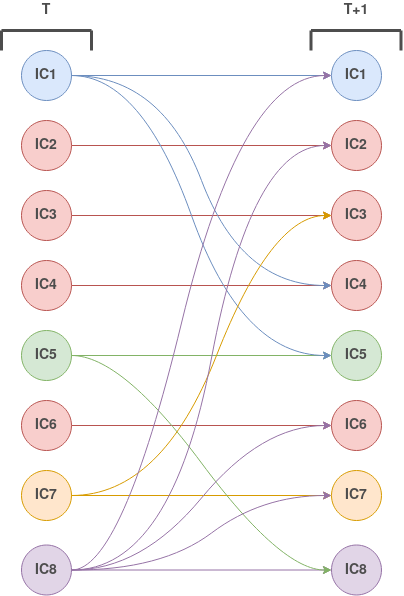
Before: res/brain_model.png, a diagram exported from draw.io (nihil21/neural-connectivity-bayesnet). Source tidied: cells renumbered, new cells last; positions are measured from the earlier drawing's top-left corner, leaving out a move shared by most shapes.
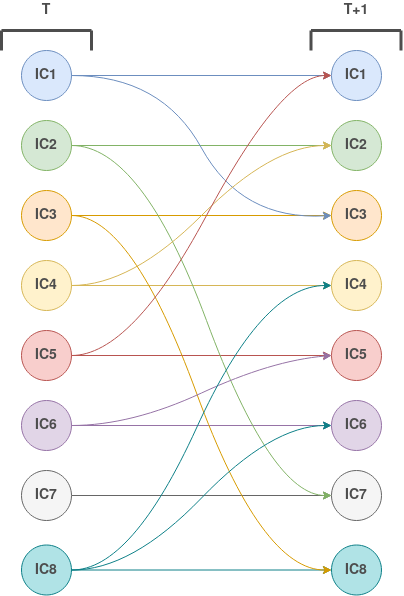
After the change.

Diff of the diagram source:
```diff
@@ -8,43 +8,43 @@
     <mxCell id="3" value="&lt;font style=&quot;font-size: 14px&quot; color=&quot;#4D4D4D&quot;&gt;&lt;b&gt;IC1&lt;/b&gt;&lt;/font&gt;" style="ellipse;whiteSpace=wrap;html=1;strokeWidth=1;fillColor=#dae8fc;strokeColor=#6c8ebf;" parent="1" vertex="1">
       <mxGeometry x="20" y="50" width="50" height="50" as="geometry" />
     </mxCell>
-    <mxCell id="4" style="edgeStyle=orthogonalEdgeStyle;rounded=0;jettySize=auto;html=1;exitX=1;exitY=0.5;exitDx=0;exitDy=0;entryX=0;entryY=0.5;entryDx=0;entryDy=0;fontColor=#FFFFFF;fillColor=#f8cecc;strokeColor=#b85450;" parent="1" edge="1" source="5" target="13">
+    <mxCell id="4" style="edgeStyle=orthogonalEdgeStyle;rounded=0;jettySize=auto;html=1;exitX=1;exitY=0.5;exitDx=0;exitDy=0;entryX=0;entryY=0.5;entryDx=0;entryDy=0;fontColor=#FFFFFF;fillColor=#d5e8d4;strokeColor=#82b366;" parent="1" edge="1" source="5" target="13">
       <mxGeometry relative="1" as="geometry" />
     </mxCell>
-    <mxCell id="5" value="&lt;div&gt;&lt;font style=&quot;font-size: 14px&quot; color=&quot;#4D4D4D&quot;&gt;&lt;b&gt;IC2&lt;/b&gt;&lt;/font&gt;&lt;/div&gt;" style="ellipse;whiteSpace=wrap;html=1;fillColor=#f8cecc;strokeColor=#b85450;" parent="1" vertex="1">
+    <mxCell id="5" value="&lt;div&gt;&lt;font style=&quot;font-size: 14px&quot; color=&quot;#4D4D4D&quot;&gt;&lt;b&gt;IC2&lt;/b&gt;&lt;/font&gt;&lt;/div&gt;" style="ellipse;whiteSpace=wrap;html=1;fillColor=#d5e8d4;strokeColor=#82b366;" parent="1" vertex="1">
       <mxGeometry x="20" y="120" width="50" height="50" as="geometry" />
     </mxCell>
-    <mxCell id="6" style="edgeStyle=orthogonalEdgeStyle;rounded=0;jettySize=auto;html=1;exitX=1;exitY=0.5;exitDx=0;exitDy=0;entryX=0;entryY=0.5;entryDx=0;entryDy=0;fontColor=#FFFFFF;fillColor=#f8cecc;strokeColor=#b85450;" parent="1" edge="1" source="7" target="14">
+    <mxCell id="6" style="edgeStyle=orthogonalEdgeStyle;rounded=0;jettySize=auto;html=1;exitX=1;exitY=0.5;exitDx=0;exitDy=0;entryX=0;entryY=0.5;entryDx=0;entryDy=0;fontColor=#FFFFFF;fillColor=#fff2cc;strokeColor=#d6b656;" parent="1" edge="1" source="7" target="14">
       <mxGeometry relative="1" as="geometry" />
     </mxCell>
-    <mxCell id="7" value="&lt;font style=&quot;font-size: 14px&quot; color=&quot;#4D4D4D&quot;&gt;&lt;b&gt;IC4&lt;/b&gt;&lt;/font&gt;" style="ellipse;whiteSpace=wrap;html=1;fillColor=#f8cecc;strokeColor=#b85450;" parent="1" vertex="1">
+    <mxCell id="7" value="&lt;font style=&quot;font-size: 14px&quot; color=&quot;#4D4D4D&quot;&gt;&lt;b&gt;IC4&lt;/b&gt;&lt;/font&gt;" style="ellipse;whiteSpace=wrap;html=1;fillColor=#fff2cc;strokeColor=#d6b656;" parent="1" vertex="1">
       <mxGeometry x="20" y="260" width="50" height="50" as="geometry" />
     </mxCell>
-    <mxCell id="8" style="edgeStyle=orthogonalEdgeStyle;rounded=0;jettySize=auto;html=1;exitX=1;exitY=0.5;exitDx=0;exitDy=0;entryX=0;entryY=0.5;entryDx=0;entryDy=0;fontColor=#FFFFFF;fillColor=#f8cecc;strokeColor=#b85450;" parent="1" edge="1" source="9" target="15">
+    <mxCell id="8" style="edgeStyle=orthogonalEdgeStyle;rounded=0;jettySize=auto;html=1;exitX=1;exitY=0.5;exitDx=0;exitDy=0;entryX=0;entryY=0.5;entryDx=0;entryDy=0;fontColor=#FFFFFF;fillColor=#ffe6cc;strokeColor=#d79b00;" parent="1" edge="1" source="9" target="15">
       <mxGeometry relative="1" as="geometry" />
     </mxCell>
-    <mxCell id="9" value="&lt;font style=&quot;font-size: 14px&quot; color=&quot;#4D4D4D&quot;&gt;&lt;b&gt;IC3&lt;/b&gt;&lt;/font&gt;" style="ellipse;whiteSpace=wrap;html=1;fillColor=#f8cecc;strokeColor=#b85450;" parent="1" vertex="1">
+    <mxCell id="9" value="&lt;font style=&quot;font-size: 14px&quot; color=&quot;#4D4D4D&quot;&gt;&lt;b&gt;IC3&lt;/b&gt;&lt;/font&gt;" style="ellipse;whiteSpace=wrap;html=1;fillColor=#ffe6cc;strokeColor=#d79b00;" parent="1" vertex="1">
       <mxGeometry x="20" y="190" width="50" height="50" as="geometry" />
     </mxCell>
-    <mxCell id="10" style="edgeStyle=orthogonalEdgeStyle;rounded=0;jettySize=auto;html=1;exitX=1;exitY=0.5;exitDx=0;exitDy=0;entryX=0;entryY=0.5;entryDx=0;entryDy=0;fontColor=#FFFFFF;fillColor=#d5e8d4;strokeColor=#82b366;" parent="1" edge="1" source="11" target="16">
+    <mxCell id="10" style="edgeStyle=orthogonalEdgeStyle;rounded=0;jettySize=auto;html=1;exitX=1;exitY=0.5;exitDx=0;exitDy=0;entryX=0;entryY=0.5;entryDx=0;entryDy=0;fontColor=#FFFFFF;fillColor=#f8cecc;strokeColor=#b85450;" parent="1" edge="1" source="11" target="16">
       <mxGeometry relative="1" as="geometry" />
     </mxCell>
-    <mxCell id="11" value="&lt;font style=&quot;font-size: 14px&quot; color=&quot;#4D4D4D&quot;&gt;&lt;b&gt;IC5&lt;/b&gt;&lt;/font&gt;" style="ellipse;whiteSpace=wrap;html=1;fillColor=#d5e8d4;strokeColor=#82b366;" parent="1" vertex="1">
+    <mxCell id="11" value="&lt;font style=&quot;font-size: 14px&quot; color=&quot;#4D4D4D&quot;&gt;&lt;b&gt;IC5&lt;/b&gt;&lt;/font&gt;" style="ellipse;whiteSpace=wrap;html=1;fillColor=#f8cecc;strokeColor=#b85450;" parent="1" vertex="1">
       <mxGeometry x="20" y="330" width="50" height="50" as="geometry" />
     </mxCell>
     <mxCell id="12" value="&lt;font style=&quot;font-size: 14px&quot; color=&quot;#4D4D4D&quot;&gt;&lt;b&gt;IC1&lt;/b&gt;&lt;/font&gt;" style="ellipse;whiteSpace=wrap;html=1;strokeWidth=1;fillColor=#dae8fc;strokeColor=#6c8ebf;" parent="1" vertex="1">
       <mxGeometry x="330" y="50" width="50" height="50" as="geometry" />
     </mxCell>
-    <mxCell id="13" value="&lt;div&gt;&lt;font style=&quot;font-size: 14px&quot; color=&quot;#4D4D4D&quot;&gt;&lt;b&gt;IC2&lt;/b&gt;&lt;/font&gt;&lt;/div&gt;" style="ellipse;whiteSpace=wrap;html=1;fillColor=#f8cecc;strokeColor=#b85450;" parent="1" vertex="1">
+    <mxCell id="13" value="&lt;div&gt;&lt;font style=&quot;font-size: 14px&quot; color=&quot;#4D4D4D&quot;&gt;&lt;b&gt;IC2&lt;/b&gt;&lt;/font&gt;&lt;/div&gt;" style="ellipse;whiteSpace=wrap;html=1;fillColor=#d5e8d4;strokeColor=#82b366;" parent="1" vertex="1">
       <mxGeometry x="330" y="120" width="50" height="50" as="geometry" />
     </mxCell>
-    <mxCell id="14" value="&lt;font style=&quot;font-size: 14px&quot; color=&quot;#4D4D4D&quot;&gt;&lt;b&gt;IC4&lt;/b&gt;&lt;/font&gt;" style="ellipse;whiteSpace=wrap;html=1;fillColor=#f8cecc;strokeColor=#b85450;" parent="1" vertex="1">
+    <mxCell id="14" value="&lt;font style=&quot;font-size: 14px&quot; color=&quot;#4D4D4D&quot;&gt;&lt;b&gt;IC4&lt;/b&gt;&lt;/font&gt;" style="ellipse;whiteSpace=wrap;html=1;fillColor=#fff2cc;strokeColor=#d6b656;" parent="1" vertex="1">
       <mxGeometry x="330" y="260" width="50" height="50" as="geometry" />
     </mxCell>
-    <mxCell id="15" value="&lt;font style=&quot;font-size: 14px&quot; color=&quot;#4D4D4D&quot;&gt;&lt;b&gt;IC3&lt;/b&gt;&lt;/font&gt;" style="ellipse;whiteSpace=wrap;html=1;fillColor=#f8cecc;strokeColor=#b85450;" parent="1" vertex="1">
+    <mxCell id="15" value="&lt;font style=&quot;font-size: 14px&quot; color=&quot;#4D4D4D&quot;&gt;&lt;b&gt;IC3&lt;/b&gt;&lt;/font&gt;" style="ellipse;whiteSpace=wrap;html=1;fillColor=#ffe6cc;strokeColor=#d79b00;" parent="1" vertex="1">
       <mxGeometry x="330" y="190" width="50" height="50" as="geometry" />
     </mxCell>
-    <mxCell id="16" value="&lt;font style=&quot;font-size: 14px&quot; color=&quot;#4D4D4D&quot;&gt;&lt;b&gt;IC5&lt;/b&gt;&lt;/font&gt;" style="ellipse;whiteSpace=wrap;html=1;fillColor=#d5e8d4;strokeColor=#82b366;" parent="1" vertex="1">
+    <mxCell id="16" value="&lt;font style=&quot;font-size: 14px&quot; color=&quot;#4D4D4D&quot;&gt;&lt;b&gt;IC5&lt;/b&gt;&lt;/font&gt;" style="ellipse;whiteSpace=wrap;html=1;fillColor=#f8cecc;strokeColor=#b85450;" parent="1" vertex="1">
       <mxGeometry x="330" y="330" width="50" height="50" as="geometry" />
     </mxCell>
     <mxCell id="17" style="endArrow=none;html=1;strokeWidth=3;fontColor=#4D4D4D;strokeColor=#4D4D4D;" parent="1" edge="1">
@@ -89,96 +89,96 @@
     <mxCell id="24" value="&lt;font style=&quot;font-size: 14px&quot;&gt;&lt;b&gt;T&lt;/b&gt;&lt;/font&gt;&lt;b&gt;&lt;font style=&quot;font-size: 14px&quot;&gt;+1&lt;/font&gt;&lt;/b&gt;" style="text;html=1;strokeColor=none;fillColor=none;align=center;verticalAlign=middle;whiteSpace=wrap;rounded=0;fontColor=#4D4D4D;" parent="1" vertex="1">
       <mxGeometry x="335" width="40" height="20" as="geometry" />
     </mxCell>
-    <mxCell id="25" style="edgeStyle=orthogonalEdgeStyle;rounded=0;jettySize=auto;html=1;exitX=1;exitY=0.5;exitDx=0;exitDy=0;entryX=0;entryY=0.5;entryDx=0;entryDy=0;fontColor=#FFFFFF;strokeWidth=1;fillColor=#f8cecc;strokeColor=#b85450;" parent="1" edge="1" source="26" target="27">
+    <mxCell id="25" style="edgeStyle=orthogonalEdgeStyle;rounded=0;jettySize=auto;html=1;exitX=1;exitY=0.5;exitDx=0;exitDy=0;entryX=0;entryY=0.5;entryDx=0;entryDy=0;fontColor=#FFFFFF;strokeWidth=1;fillColor=#e1d5e7;strokeColor=#9673a6;" parent="1" edge="1" source="26" target="27">
       <mxGeometry relative="1" as="geometry" />
     </mxCell>
-    <mxCell id="26" value="&lt;font style=&quot;font-size: 14px&quot; color=&quot;#4D4D4D&quot;&gt;&lt;b&gt;IC6&lt;/b&gt;&lt;/font&gt;" style="ellipse;whiteSpace=wrap;html=1;strokeWidth=1;fillColor=#f8cecc;strokeColor=#b85450;" parent="1" vertex="1">
+    <mxCell id="26" value="&lt;font style=&quot;font-size: 14px&quot; color=&quot;#4D4D4D&quot;&gt;&lt;b&gt;IC6&lt;/b&gt;&lt;/font&gt;" style="ellipse;whiteSpace=wrap;html=1;strokeWidth=1;fillColor=#e1d5e7;strokeColor=#9673a6;" parent="1" vertex="1">
       <mxGeometry x="20" y="400" width="50" height="50" as="geometry" />
     </mxCell>
-    <mxCell id="27" value="&lt;font style=&quot;font-size: 14px&quot; color=&quot;#4D4D4D&quot;&gt;&lt;b&gt;IC6&lt;/b&gt;&lt;/font&gt;" style="ellipse;whiteSpace=wrap;html=1;strokeWidth=1;fillColor=#f8cecc;strokeColor=#b85450;" parent="1" vertex="1">
+    <mxCell id="27" value="&lt;font style=&quot;font-size: 14px&quot; color=&quot;#4D4D4D&quot;&gt;&lt;b&gt;IC6&lt;/b&gt;&lt;/font&gt;" style="ellipse;whiteSpace=wrap;html=1;strokeWidth=1;fillColor=#e1d5e7;strokeColor=#9673a6;" parent="1" vertex="1">
       <mxGeometry x="330" y="400" width="50" height="50" as="geometry" />
     </mxCell>
-    <mxCell id="28" style="edgeStyle=orthogonalEdgeStyle;rounded=0;jettySize=auto;html=1;exitX=1;exitY=0.5;exitDx=0;exitDy=0;entryX=0;entryY=0.5;entryDx=0;entryDy=0;fontColor=#FFFFFF;strokeWidth=1;fillColor=#e1d5e7;strokeColor=#9673a6;" parent="1" edge="1" source="29" target="30">
+    <mxCell id="28" style="edgeStyle=orthogonalEdgeStyle;rounded=0;jettySize=auto;html=1;exitX=1;exitY=0.5;exitDx=0;exitDy=0;entryX=0;entryY=0.5;entryDx=0;entryDy=0;fontColor=#FFFFFF;strokeWidth=1;fillColor=#b0e3e6;strokeColor=#0e8088;" parent="1" edge="1" source="29" target="30">
       <mxGeometry relative="1" as="geometry" />
     </mxCell>
-    <mxCell id="29" value="&lt;font style=&quot;font-size: 14px&quot; color=&quot;#4D4D4D&quot;&gt;&lt;b&gt;IC8&lt;/b&gt;&lt;/font&gt;" style="ellipse;whiteSpace=wrap;html=1;strokeWidth=1;fillColor=#e1d5e7;strokeColor=#9673a6;" parent="1" vertex="1">
+    <mxCell id="29" value="&lt;font style=&quot;font-size: 14px&quot; color=&quot;#4D4D4D&quot;&gt;&lt;b&gt;IC8&lt;/b&gt;&lt;/font&gt;" style="ellipse;whiteSpace=wrap;html=1;strokeWidth=1;fillColor=#b0e3e6;strokeColor=#0e8088;" parent="1" vertex="1">
       <mxGeometry x="20" y="544.5" width="50" height="50" as="geometry" />
     </mxCell>
-    <mxCell id="30" value="&lt;font style=&quot;font-size: 14px&quot; color=&quot;#4D4D4D&quot;&gt;&lt;b&gt;IC8&lt;/b&gt;&lt;/font&gt;" style="ellipse;whiteSpace=wrap;html=1;strokeWidth=1;fillColor=#e1d5e7;strokeColor=#9673a6;" parent="1" vertex="1">
+    <mxCell id="30" value="&lt;font style=&quot;font-size: 14px&quot; color=&quot;#4D4D4D&quot;&gt;&lt;b&gt;IC8&lt;/b&gt;&lt;/font&gt;" style="ellipse;whiteSpace=wrap;html=1;strokeWidth=1;fillColor=#b0e3e6;strokeColor=#0e8088;" parent="1" vertex="1">
       <mxGeometry x="330" y="544.5" width="50" height="50" as="geometry" />
     </mxCell>
-    <mxCell id="31" style="edgeStyle=orthogonalEdgeStyle;rounded=0;jettySize=auto;html=1;exitX=1;exitY=0.5;exitDx=0;exitDy=0;entryX=0;entryY=0.5;entryDx=0;entryDy=0;fontColor=#FFFFFF;strokeWidth=1;fillColor=#ffe6cc;strokeColor=#d79b00;" parent="1" edge="1" source="32" target="33">
+    <mxCell id="31" style="edgeStyle=orthogonalEdgeStyle;rounded=0;jettySize=auto;html=1;exitX=1;exitY=0.5;exitDx=0;exitDy=0;entryX=0;entryY=0.5;entryDx=0;entryDy=0;fontColor=#FFFFFF;strokeWidth=1;fillColor=#f5f5f5;strokeColor=#666666;" parent="1" edge="1" source="32" target="33">
       <mxGeometry relative="1" as="geometry" />
     </mxCell>
-    <mxCell id="32" value="&lt;font style=&quot;font-size: 14px&quot; color=&quot;#4D4D4D&quot;&gt;&lt;b&gt;IC7&lt;/b&gt;&lt;/font&gt;" style="ellipse;whiteSpace=wrap;html=1;strokeWidth=1;fillColor=#ffe6cc;strokeColor=#d79b00;" parent="1" vertex="1">
+    <mxCell id="32" value="&lt;font style=&quot;font-size: 14px&quot; color=&quot;#4D4D4D&quot;&gt;&lt;b&gt;IC7&lt;/b&gt;&lt;/font&gt;" style="ellipse;whiteSpace=wrap;html=1;strokeWidth=1;fillColor=#f5f5f5;strokeColor=#666666;fontColor=#333333;" parent="1" vertex="1">
       <mxGeometry x="20" y="470" width="50" height="50" as="geometry" />
     </mxCell>
-    <mxCell id="33" value="&lt;font style=&quot;font-size: 14px&quot; color=&quot;#4D4D4D&quot;&gt;&lt;b&gt;IC7&lt;/b&gt;&lt;/font&gt;" style="ellipse;whiteSpace=wrap;html=1;strokeWidth=1;fillColor=#ffe6cc;strokeColor=#d79b00;" parent="1" vertex="1">
+    <mxCell id="33" value="&lt;font style=&quot;font-size: 14px&quot; color=&quot;#4D4D4D&quot;&gt;&lt;b&gt;IC7&lt;/b&gt;&lt;/font&gt;" style="ellipse;whiteSpace=wrap;html=1;strokeWidth=1;fillColor=#f5f5f5;strokeColor=#666666;fontColor=#333333;" parent="1" vertex="1">
       <mxGeometry x="330" y="470" width="50" height="50" as="geometry" />
     </mxCell>
-    <mxCell id="34" style="curved=1;endArrow=classic;html=1;entryX=0;entryY=0.5;entryDx=0;entryDy=0;fillColor=#dae8fc;strokeColor=#6c8ebf;exitX=1;exitY=0.5;exitDx=0;exitDy=0;" parent="1" edge="1" source="3" target="14">
+    <mxCell id="34" style="curved=1;endArrow=classic;html=1;entryX=0;entryY=0.5;entryDx=0;entryDy=0;fillColor=#dae8fc;strokeColor=#6c8ebf;exitX=1;exitY=0.5;exitDx=0;exitDy=0;" parent="1" edge="1" source="3" target="15">
       <mxGeometry relative="1" as="geometry">
         <Array as="points">
           <mxPoint x="160" y="75" />
-          <mxPoint x="240" y="285" />
+          <mxPoint x="240" y="220" />
         </Array>
       </mxGeometry>
     </mxCell>
-    <mxCell id="35" style="curved=1;endArrow=classic;html=1;entryX=0;entryY=0.5;entryDx=0;entryDy=0;fillColor=#dae8fc;strokeColor=#6c8ebf;exitX=1;exitY=0.5;exitDx=0;exitDy=0;" parent="1" edge="1" source="3" target="16">
-      <mxGeometry relative="1" as="geometry">
-        <Array as="points">
-          <mxPoint x="140" y="75" />
-          <mxPoint x="240" y="355" />
-        </Array>
-      </mxGeometry>
-    </mxCell>
-    <mxCell id="36" style="curved=1;endArrow=classic;html=1;entryX=0;entryY=0.5;entryDx=0;entryDy=0;fillColor=#d5e8d4;strokeColor=#82b366;exitX=1;exitY=0.5;exitDx=0;exitDy=0;" parent="1" edge="1" source="11" target="30">
-      <mxGeometry relative="1" as="geometry">
-        <Array as="points">
-          <mxPoint x="120" y="355" />
-          <mxPoint x="280" y="570" />
-        </Array>
-      </mxGeometry>
-    </mxCell>
-    <mxCell id="37" style="curved=1;endArrow=classic;html=1;entryX=0;entryY=0.5;entryDx=0;entryDy=0;fillColor=#ffe6cc;strokeColor=#d79b00;exitX=1;exitY=0.5;exitDx=0;exitDy=0;" parent="1" edge="1" source="32" target="15">
+    <mxCell id="37" style="curved=1;endArrow=classic;html=1;entryX=0;entryY=0.5;entryDx=0;entryDy=0;fillColor=#d5e8d4;strokeColor=#82b366;exitX=1;exitY=0.5;exitDx=0;exitDy=0;" parent="1" edge="1" source="5" target="33">
       <mxGeometry relative="1" as="geometry">
         <Array as="points">
-          <mxPoint x="160" y="495" />
-          <mxPoint x="270" y="215" />
+          <mxPoint x="140" y="145" />
+          <mxPoint x="270" y="495" />
         </Array>
       </mxGeometry>
     </mxCell>
-    <mxCell id="38" style="curved=1;endArrow=classic;html=1;entryX=0;entryY=0.5;entryDx=0;entryDy=0;fillColor=#e1d5e7;strokeColor=#9673a6;exitX=1;exitY=0.5;exitDx=0;exitDy=0;" parent="1" edge="1" source="29" target="12">
-      <mxGeometry relative="1" as="geometry">
-        <Array as="points">
-          <mxPoint x="120" y="570" />
-          <mxPoint x="240" y="75" />
-        </Array>
-      </mxGeometry>
-    </mxCell>
-    <mxCell id="39" style="curved=1;endArrow=classic;html=1;entryX=0;entryY=0.5;entryDx=0;entryDy=0;fillColor=#e1d5e7;strokeColor=#9673a6;exitX=1;exitY=0.5;exitDx=0;exitDy=0;" parent="1" edge="1" source="29" target="13">
-      <mxGeometry relative="1" as="geometry">
-        <Array as="points">
-          <mxPoint x="170" y="570" />
-          <mxPoint x="250" y="145" />
-        </Array>
-      </mxGeometry>
-    </mxCell>
+    <mxCell id="41" style="curved=1;endArrow=classic;html=1;entryX=0;entryY=0.5;entryDx=0;entryDy=0;fillColor=#fff2cc;strokeColor=#d6b656;exitX=1;exitY=0.5;exitDx=0;exitDy=0;" parent="1" edge="1" source="7" target="13">
+      <mxGeometry relative="1" as="geometry">
+        <Array as="points">
+          <mxPoint x="130" y="285" />
+          <mxPoint x="270" y="145" />
+        </Array>
+      </mxGeometry>
+    </mxCell>
+    <mxCell id="42" style="curved=1;endArrow=classic;html=1;fillColor=#ffe6cc;strokeColor=#d79b00;exitX=1;exitY=0.5;exitDx=0;exitDy=0;entryX=0;entryY=0.5;entryDx=0;entryDy=0;" parent="1" edge="1" source="9" target="30">
+      <mxGeometry relative="1" as="geometry">
+        <Array as="points">
+          <mxPoint x="130" y="215" />
+          <mxPoint x="260" y="570" />
+        </Array>
+      </mxGeometry>
+    </mxCell>
+    <mxCell id="43" style="curved=1;endArrow=classic;html=1;fillColor=#f8cecc;strokeColor=#b85450;exitX=1;exitY=0.5;exitDx=0;exitDy=0;entryX=0;entryY=0.5;entryDx=0;entryDy=0;" parent="1" edge="1" source="11" target="12">
+      <mxGeometry relative="1" as="geometry">
+        <Array as="points">
+          <mxPoint x="130" y="355" />
+          <mxPoint x="280" y="75" />
+        </Array>
+      </mxGeometry>
+    </mxCell>
+    <mxCell id="44" style="curved=1;endArrow=classic;html=1;entryX=0;entryY=0.5;entryDx=0;entryDy=0;fillColor=#e1d5e7;strokeColor=#9673a6;exitX=1;exitY=0.5;exitDx=0;exitDy=0;" parent="1" edge="1" source="26" target="16">
+      <mxGeometry relative="1" as="geometry">
+        <Array as="points">
+          <mxPoint x="130" y="425" />
+          <mxPoint x="270" y="360" />
+        </Array>
+      </mxGeometry>
+    </mxCell>
-    <mxCell id="40" style="curved=1;endArrow=classic;html=1;entryX=0;entryY=0.5;entryDx=0;entryDy=0;fillColor=#e1d5e7;strokeColor=#9673a6;exitX=1;exitY=0.5;exitDx=0;exitDy=0;" parent="1" edge="1" source="29" target="27">
+    <mxCell id="40" style="curved=1;endArrow=classic;html=1;entryX=0;entryY=0.5;entryDx=0;entryDy=0;fillColor=#b0e3e6;strokeColor=#0e8088;exitX=1;exitY=0.5;exitDx=0;exitDy=0;" parent="1" edge="1" source="29" target="27">
       <mxGeometry relative="1" as="geometry">
         <Array as="points">
-          <mxPoint x="140" y="570" />
-          <mxPoint x="260" y="425" />
+          <mxPoint x="130" y="570" />
+          <mxPoint x="270" y="425" />
         </Array>
       </mxGeometry>
     </mxCell>
-    <mxCell id="41" style="curved=1;endArrow=classic;html=1;entryX=0;entryY=0.5;entryDx=0;entryDy=0;fillColor=#e1d5e7;strokeColor=#9673a6;exitX=1;exitY=0.5;exitDx=0;exitDy=0;" parent="1" edge="1" source="29" target="33">
-      <mxGeometry relative="1" as="geometry">
-        <Array as="points">
-          <mxPoint x="160" y="570" />
-          <mxPoint x="260" y="495" />
-        </Array>
-      </mxGeometry>
-    </mxCell>
+    <mxCell id="45" style="curved=1;endArrow=classic;html=1;entryX=0;entryY=0.5;entryDx=0;entryDy=0;fillColor=#b0e3e6;strokeColor=#0e8088;exitX=1;exitY=0.5;exitDx=0;exitDy=0;" parent="1" edge="1" source="29" target="14">
+      <mxGeometry relative="1" as="geometry">
+        <Array as="points">
+          <mxPoint x="130" y="570" />
+          <mxPoint x="260" y="285" />
+        </Array>
+      </mxGeometry>
+    </mxCell>
   </root>
 </mxGraphModel>
```
